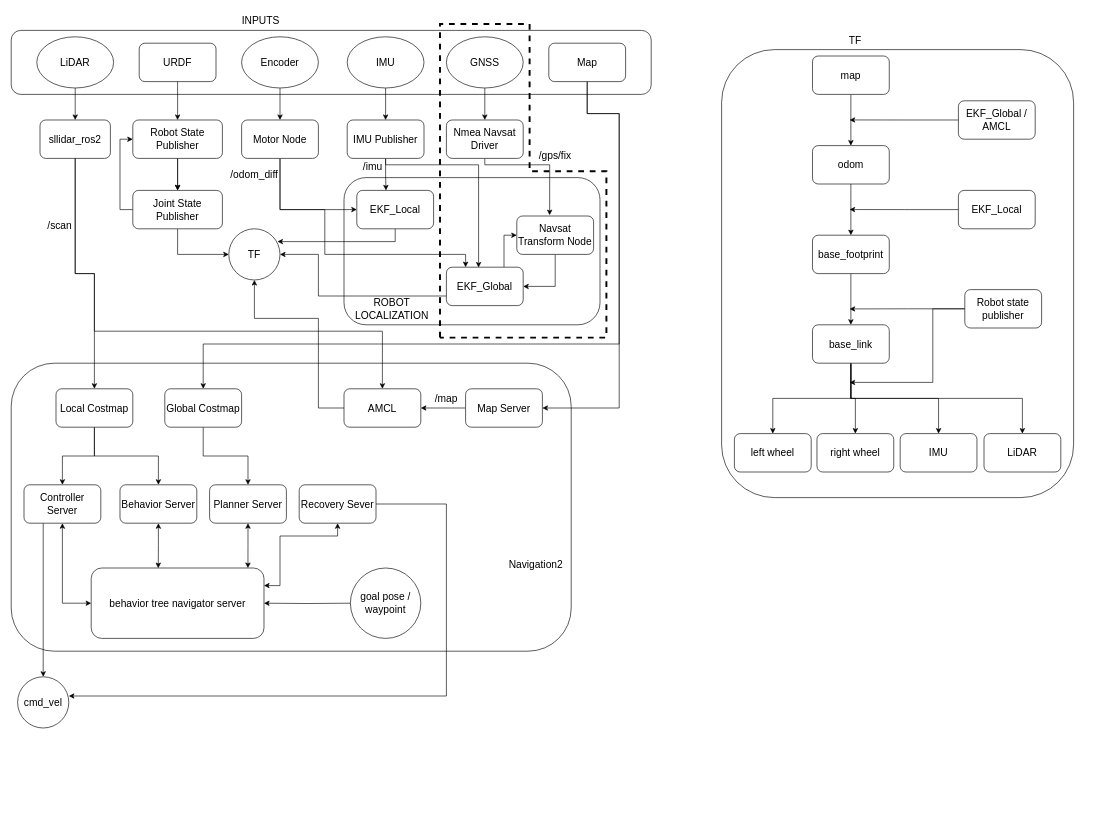
Before: navigation.drawio in adands/eddiebot_ros2-backup, a draw.io diagram. Source tidied: cells renumbered, new cells numbered last; positions are measured from the earlier drawing's top-left corner, leaving out a move shared by most shapes. Both pictures are drawn from the tidied source at 64%, with x=0, y=0 at pixel (11, 11).
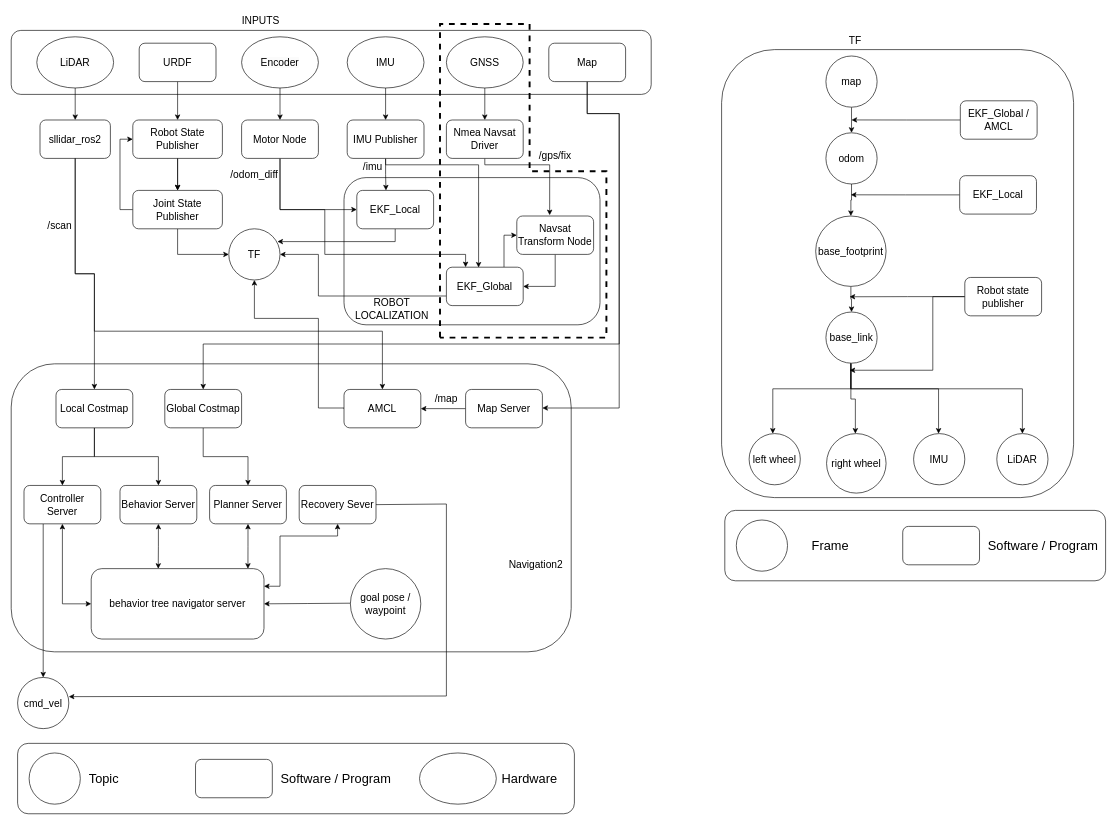
The same page after the edit.

Diff of the diagram source:
```diff
@@
     <mxCell id="35" style="rounded=1;whiteSpace=wrap;html=1;fontSize=16;" parent="1" vertex="1">
-      <mxGeometry y="550" width="875" height="450" as="geometry" />
+      <mxGeometry y="551" width="875" height="450" as="geometry" />
     </mxCell>
@@
-    <mxCell id="38" style="edgeStyle=orthogonalEdgeStyle;rounded=0;jettySize=auto;html=1;fontSize=16;fillColor=#f8cecc;strokeColor=default;strokeWidth=1;" parent="1" edge="1" source="39" target="41">
+    <mxCell id="38" style="edgeStyle=orthogonalEdgeStyle;rounded=0;jettySize=auto;html=1;fontSize=16;fillColor=#f8cecc;strokeColor=default;strokeWidth=1;exitX=0.5;exitY=1;exitDx=0;exitDy=0;entryX=0.5;entryY=0;entryDx=0;entryDy=0;" parent="1" edge="1" source="39" target="41">
       <mxGeometry relative="1" as="geometry" />
     </mxCell>
-    <mxCell id="39" value="map" style="rounded=1;whiteSpace=wrap;html=1;fontSize=16;" parent="1" vertex="1">
-      <mxGeometry x="1252" y="70" width="120" height="60" as="geometry" />
-    </mxCell>
-    <mxCell id="40" style="edgeStyle=orthogonalEdgeStyle;rounded=0;jettySize=auto;html=1;fontSize=16;" parent="1" edge="1" source="41" target="43">
+    <mxCell id="40" style="edgeStyle=orthogonalEdgeStyle;rounded=0;jettySize=auto;html=1;fontSize=16;exitX=0.5;exitY=1;exitDx=0;exitDy=0;entryX=0.5;entryY=0;entryDx=0;entryDy=0;" parent="1" edge="1" source="41" target="43">
       <mxGeometry relative="1" as="geometry" />
     </mxCell>
-    <mxCell id="41" value="odom" style="whiteSpace=wrap;html=1;rounded=1;fontSize=16;" parent="1" vertex="1">
-      <mxGeometry x="1252" y="210" width="120" height="60" as="geometry" />
-    </mxCell>
-    <mxCell id="42" style="edgeStyle=orthogonalEdgeStyle;rounded=0;jettySize=auto;html=1;fontSize=16;" parent="1" edge="1" source="43" target="48">
+    <mxCell id="42" style="edgeStyle=orthogonalEdgeStyle;rounded=0;jettySize=auto;html=1;fontSize=16;exitX=0.5;exitY=1;exitDx=0;exitDy=0;" parent="1" edge="1" source="43" target="48">
       <mxGeometry relative="1" as="geometry" />
     </mxCell>
-    <mxCell id="43" value="base_footprint" style="whiteSpace=wrap;html=1;rounded=1;fontSize=16;" parent="1" vertex="1">
-      <mxGeometry x="1252" y="350" width="120" height="60" as="geometry" />
-    </mxCell>
-    <mxCell id="44" style="edgeStyle=orthogonalEdgeStyle;rounded=0;jettySize=auto;html=1;exitX=0.5;exitY=1;exitDx=0;exitDy=0;entryX=0.5;entryY=0;entryDx=0;entryDy=0;fontSize=16;" parent="1" edge="1" source="48" target="51">
-      <mxGeometry relative="1" as="geometry" />
+    <mxCell id="44" style="edgeStyle=orthogonalEdgeStyle;rounded=0;orthogonalLoop=1;jettySize=auto;html=1;exitX=0.5;exitY=1;exitDx=0;exitDy=0;entryX=0.5;entryY=0;entryDx=0;entryDy=0;fontSize=16;" parent="1" edge="1">
+      <mxGeometry relative="1" as="geometry">
+        <mxPoint x="1312" y="550" as="sourcePoint" />
+        <mxPoint x="1319" y="660" as="targetPoint" />
+        <Array as="points">
+          <mxPoint x="1312" y="606" />
+          <mxPoint x="1319" y="606" />
+        </Array>
+      </mxGeometry>
     </mxCell>
-    <mxCell id="45" style="edgeStyle=orthogonalEdgeStyle;rounded=0;jettySize=auto;html=1;exitX=0.5;exitY=1;exitDx=0;exitDy=0;entryX=0.5;entryY=0;entryDx=0;entryDy=0;fontSize=16;" parent="1" edge="1" source="48" target="49">
-      <mxGeometry relative="1" as="geometry" />
+    <mxCell id="45" style="edgeStyle=orthogonalEdgeStyle;rounded=0;orthogonalLoop=1;jettySize=auto;html=1;exitX=0.5;exitY=1;exitDx=0;exitDy=0;entryX=0.5;entryY=0;entryDx=0;entryDy=0;fontSize=16;" parent="1" edge="1">
+      <mxGeometry relative="1" as="geometry">
+        <mxPoint x="1312" y="550" as="sourcePoint" />
+        <mxPoint x="1190" y="660" as="targetPoint" />
+        <Array as="points">
+          <mxPoint x="1312" y="590" />
+          <mxPoint x="1190" y="590" />
+        </Array>
+      </mxGeometry>
     </mxCell>
-    <mxCell id="46" style="edgeStyle=orthogonalEdgeStyle;rounded=0;jettySize=auto;html=1;exitX=0.5;exitY=1;exitDx=0;exitDy=0;entryX=0.5;entryY=0;entryDx=0;entryDy=0;fontSize=16;" parent="1" edge="1" source="48" target="50">
-      <mxGeometry relative="1" as="geometry" />
+    <mxCell id="46" style="edgeStyle=orthogonalEdgeStyle;rounded=0;orthogonalLoop=1;jettySize=auto;html=1;exitX=0.5;exitY=1;exitDx=0;exitDy=0;entryX=0.5;entryY=0;entryDx=0;entryDy=0;fontSize=16;" parent="1" edge="1">
+      <mxGeometry relative="1" as="geometry">
+        <mxPoint x="1312" y="550" as="sourcePoint" />
+        <mxPoint x="1449" y="660" as="targetPoint" />
+        <Array as="points">
+          <mxPoint x="1312" y="590" />
+          <mxPoint x="1449" y="590" />
+        </Array>
+      </mxGeometry>
     </mxCell>
-    <mxCell id="47" style="edgeStyle=orthogonalEdgeStyle;rounded=0;jettySize=auto;html=1;exitX=0.5;exitY=1;exitDx=0;exitDy=0;entryX=0.5;entryY=0;entryDx=0;entryDy=0;fontSize=16;" parent="1" edge="1" source="48" target="52">
-      <mxGeometry relative="1" as="geometry" />
+    <mxCell id="47" style="edgeStyle=orthogonalEdgeStyle;rounded=0;orthogonalLoop=1;jettySize=auto;html=1;exitX=0.5;exitY=1;exitDx=0;exitDy=0;entryX=0.5;entryY=0;entryDx=0;entryDy=0;fontSize=16;" parent="1" edge="1">
+      <mxGeometry relative="1" as="geometry">
+        <mxPoint x="1312" y="550" as="sourcePoint" />
+        <mxPoint x="1580" y="660" as="targetPoint" />
+        <Array as="points">
+          <mxPoint x="1312" y="590" />
+          <mxPoint x="1580" y="590" />
+        </Array>
+      </mxGeometry>
     </mxCell>
-    <mxCell id="48" value="base_link" style="whiteSpace=wrap;html=1;rounded=1;fontSize=16;" parent="1" vertex="1">
-      <mxGeometry x="1252" y="490" width="120" height="60" as="geometry" />
-    </mxCell>
-    <mxCell id="49" value="left wheel" style="whiteSpace=wrap;html=1;rounded=1;fontSize=16;" parent="1" vertex="1">
-      <mxGeometry x="1130" y="660" width="120" height="60" as="geometry" />
-    </mxCell>
-    <mxCell id="50" value="IMU" style="whiteSpace=wrap;html=1;rounded=1;fontSize=16;" parent="1" vertex="1">
-      <mxGeometry x="1389" y="660" width="120" height="60" as="geometry" />
-    </mxCell>
-    <mxCell id="51" value="right wheel" style="whiteSpace=wrap;html=1;rounded=1;fontSize=16;" parent="1" vertex="1">
-      <mxGeometry x="1259" y="660" width="120" height="60" as="geometry" />
-    </mxCell>
-    <mxCell id="52" value="LiDAR" style="whiteSpace=wrap;html=1;rounded=1;fontSize=16;" parent="1" vertex="1">
-      <mxGeometry x="1520" y="660" width="120" height="60" as="geometry" />
-    </mxCell>
@@
     <mxCell id="54" value="Global Costmap" style="rounded=1;whiteSpace=wrap;html=1;fontSize=16;" parent="1" vertex="1">
-      <mxGeometry x="240" y="590" width="120" height="60" as="geometry" />
+      <mxGeometry x="240" y="591" width="120" height="60" as="geometry" />
     </mxCell>
@@
     <mxCell id="57" value="Local Costmap" style="rounded=1;whiteSpace=wrap;html=1;fontSize=16;" parent="1" vertex="1">
-      <mxGeometry x="70" y="590" width="120" height="60" as="geometry" />
+      <mxGeometry x="70" y="591" width="120" height="60" as="geometry" />
     </mxCell>
@@
     <mxCell id="64" value="Recovery Sever" style="rounded=1;whiteSpace=wrap;html=1;fontSize=16;" parent="1" vertex="1">
-      <mxGeometry x="450" y="740" width="120" height="60" as="geometry" />
+      <mxGeometry x="450" y="741" width="120" height="60" as="geometry" />
     </mxCell>
@@
     <mxCell id="66" value="Planner S&lt;span style=&quot;background-color: transparent; color: light-dark(rgb(0, 0, 0), rgb(255, 255, 255));&quot;&gt;erver&lt;/span&gt;" style="rounded=1;whiteSpace=wrap;html=1;fontSize=16;" parent="1" vertex="1">
-      <mxGeometry x="310" y="740" width="120" height="60" as="geometry" />
+      <mxGeometry x="310" y="741" width="120" height="60" as="geometry" />
     </mxCell>
@@
     <mxCell id="68" value="Behavior Server" style="rounded=1;whiteSpace=wrap;html=1;fontSize=16;" parent="1" vertex="1">
-      <mxGeometry x="170" y="740" width="120" height="60" as="geometry" />
+      <mxGeometry x="170" y="741" width="120" height="60" as="geometry" />
     </mxCell>
@@
     <mxCell id="71" value="Controller Server" style="rounded=1;whiteSpace=wrap;html=1;fontSize=16;" parent="1" vertex="1">
-      <mxGeometry x="20" y="740" width="120" height="60" as="geometry" />
+      <mxGeometry x="20" y="741" width="120" height="60" as="geometry" />
     </mxCell>
     <mxCell id="72" value="behavior tree navigator server" style="rounded=1;whiteSpace=wrap;html=1;fontSize=16;" parent="1" vertex="1">
-      <mxGeometry x="125" y="870" width="270" height="110" as="geometry" />
+      <mxGeometry x="125" y="871" width="270" height="110" as="geometry" />
     </mxCell>
@@
     <mxCell id="74" value="AMCL" style="rounded=1;whiteSpace=wrap;html=1;fontSize=16;" parent="1" vertex="1">
-      <mxGeometry x="520" y="590" width="120" height="60" as="geometry" />
+      <mxGeometry x="520" y="591" width="120" height="60" as="geometry" />
     </mxCell>
@@
     <mxCell id="77" style="edgeStyle=orthogonalEdgeStyle;rounded=0;jettySize=auto;html=1;exitX=0;exitY=0.5;exitDx=0;exitDy=0;" parent="1" edge="1" source="78">
       <mxGeometry relative="1" as="geometry">
-        <mxPoint x="1310" y="169.9" as="targetPoint" />
+        <mxPoint x="1313" y="169.9" as="targetPoint" />
       </mxGeometry>
     </mxCell>
     <mxCell id="78" value="EKF_Global /&lt;div&gt;AMCL&lt;/div&gt;" style="rounded=1;whiteSpace=wrap;html=1;fontSize=16;" parent="1" vertex="1">
-      <mxGeometry x="1480" y="140" width="120" height="60" as="geometry" />
+      <mxGeometry x="1483" y="140" width="120" height="60" as="geometry" />
     </mxCell>
     <mxCell id="79" style="edgeStyle=orthogonalEdgeStyle;rounded=0;jettySize=auto;html=1;exitX=0;exitY=0.5;exitDx=0;exitDy=0;" parent="1" edge="1" source="80">
       <mxGeometry relative="1" as="geometry">
-        <mxPoint x="1310" y="309.9" as="targetPoint" />
+        <mxPoint x="1312" y="286.9" as="targetPoint" />
       </mxGeometry>
     </mxCell>
     <mxCell id="80" value="EKF_Local" style="rounded=1;whiteSpace=wrap;html=1;fontSize=16;" parent="1" vertex="1">
-      <mxGeometry x="1480" y="280" width="120" height="60" as="geometry" />
+      <mxGeometry x="1482" y="257" width="120" height="60" as="geometry" />
     </mxCell>
     <mxCell id="81" style="edgeStyle=orthogonalEdgeStyle;rounded=0;jettySize=auto;html=1;exitX=0;exitY=0.5;exitDx=0;exitDy=0;" parent="1" edge="1" source="83">
       <mxGeometry relative="1" as="geometry">
-        <mxPoint x="1310" y="465.2" as="targetPoint" />
+        <mxPoint x="1310" y="446.2" as="targetPoint" />
       </mxGeometry>
     </mxCell>
     <mxCell id="82" style="edgeStyle=orthogonalEdgeStyle;rounded=0;jettySize=auto;html=1;exitX=0;exitY=0.5;exitDx=0;exitDy=0;" parent="1" edge="1" source="83">
       <mxGeometry relative="1" as="geometry">
-        <mxPoint x="1310" y="580" as="targetPoint" />
+        <mxPoint x="1310" y="561" as="targetPoint" />
         <Array as="points">
-          <mxPoint x="1440" y="465" />
-          <mxPoint x="1440" y="580" />
+          <mxPoint x="1440" y="446" />
+          <mxPoint x="1440" y="561" />
         </Array>
       </mxGeometry>
     </mxCell>
     <mxCell id="83" value="Robot state publisher" style="rounded=1;whiteSpace=wrap;html=1;fontSize=16;" parent="1" vertex="1">
-      <mxGeometry x="1490" y="435" width="120" height="60" as="geometry" />
+      <mxGeometry x="1490" y="416" width="120" height="60" as="geometry" />
     </mxCell>
@@
     <mxCell id="90" value="&lt;span style=&quot;font-size: 16px;&quot;&gt;cmd_vel&lt;/span&gt;" style="ellipse;whiteSpace=wrap;html=1;" parent="1" vertex="1">
-      <mxGeometry x="10" y="1040" width="80" height="80" as="geometry" />
+      <mxGeometry x="10" y="1041" width="80" height="80" as="geometry" />
     </mxCell>
@@
     <mxCell id="97" value="&lt;font style=&quot;font-size: 16px;&quot;&gt;Map Server&lt;/font&gt;" style="rounded=1;whiteSpace=wrap;html=1;" parent="1" vertex="1">
-      <mxGeometry x="710" y="590" width="120" height="60" as="geometry" />
+      <mxGeometry x="710" y="591" width="120" height="60" as="geometry" />
     </mxCell>
@@
     <mxCell id="99" value="&lt;span style=&quot;font-size: 16px;&quot;&gt;goal pose /&lt;/span&gt;&lt;div style=&quot;font-size: 16px;&quot;&gt;waypoint&lt;/div&gt;" style="ellipse;whiteSpace=wrap;html=1;" parent="1" vertex="1">
-      <mxGeometry x="530" y="870" width="110" height="110" as="geometry" />
+      <mxGeometry x="530" y="871" width="110" height="110" as="geometry" />
     </mxCell>
+    <mxCell id="100" style="rounded=1;whiteSpace=wrap;html=1;" parent="1" vertex="1">
+      <mxGeometry x="10" y="1144" width="870" height="110" as="geometry" />
+    </mxCell>
+    <mxCell id="101" style="ellipse;whiteSpace=wrap;html=1;rounded=1;fontSize=16;" parent="1" vertex="1">
+      <mxGeometry x="28" y="1159" width="80" height="80" as="geometry" />
+    </mxCell>
+    <mxCell id="102" value="&lt;span style=&quot;font-size: 20px;&quot;&gt;Topic&lt;/span&gt;" style="text;html=1;align=center;verticalAlign=middle;whiteSpace=wrap;rounded=0;fontSize=16;" parent="1" vertex="1">
+      <mxGeometry x="90" y="1184" width="110" height="30" as="geometry" />
+    </mxCell>
+    <mxCell id="103" style="rounded=1;whiteSpace=wrap;html=1;fontSize=16;" parent="1" vertex="1">
+      <mxGeometry x="288" y="1169" width="120" height="60" as="geometry" />
+    </mxCell>
+    <mxCell id="104" value="&lt;font style=&quot;font-size: 20px;&quot;&gt;Software / Program&lt;/font&gt;" style="text;html=1;align=center;verticalAlign=middle;whiteSpace=wrap;rounded=0;fontSize=16;" parent="1" vertex="1">
+      <mxGeometry x="420" y="1184" width="175" height="30" as="geometry" />
+    </mxCell>
+    <mxCell id="105" style="ellipse;whiteSpace=wrap;html=1;" parent="1" vertex="1">
+      <mxGeometry x="638" y="1159" width="120" height="80" as="geometry" />
+    </mxCell>
+    <mxCell id="106" value="&lt;span style=&quot;font-size: 20px;&quot;&gt;Hardware&lt;/span&gt;" style="text;html=1;align=center;verticalAlign=middle;whiteSpace=wrap;rounded=0;fontSize=16;" parent="1" vertex="1">
+      <mxGeometry x="765" y="1184" width="90" height="30" as="geometry" />
+    </mxCell>
+    <mxCell id="107" style="rounded=1;whiteSpace=wrap;html=1;" parent="1" vertex="1">
+      <mxGeometry x="1115" y="780" width="595" height="110" as="geometry" />
+    </mxCell>
+    <mxCell id="108" style="ellipse;whiteSpace=wrap;html=1;rounded=1;fontSize=16;" parent="1" vertex="1">
+      <mxGeometry x="1133" y="795" width="80" height="80" as="geometry" />
+    </mxCell>
+    <mxCell id="109" value="&lt;span style=&quot;font-size: 20px;&quot;&gt;Frame&lt;/span&gt;" style="text;html=1;align=center;verticalAlign=middle;whiteSpace=wrap;rounded=0;fontSize=16;" parent="1" vertex="1">
+      <mxGeometry x="1225" y="820" width="110" height="30" as="geometry" />
+    </mxCell>
+    <mxCell id="110" style="rounded=1;whiteSpace=wrap;html=1;fontSize=16;" parent="1" vertex="1">
+      <mxGeometry x="1393" y="805" width="120" height="60" as="geometry" />
+    </mxCell>
+    <mxCell id="111" value="&lt;font style=&quot;font-size: 20px;&quot;&gt;Software / Program&lt;/font&gt;" style="text;html=1;align=center;verticalAlign=middle;whiteSpace=wrap;rounded=0;fontSize=16;" parent="1" vertex="1">
+      <mxGeometry x="1525" y="820" width="175" height="30" as="geometry" />
+    </mxCell>
+    <mxCell id="39" value="map" style="ellipse;whiteSpace=wrap;html=1;rounded=1;fontSize=16;" parent="1" vertex="1">
+      <mxGeometry x="1273" y="70" width="80" height="80" as="geometry" />
+    </mxCell>
+    <mxCell id="50" value="IMU" style="ellipse;whiteSpace=wrap;html=1;rounded=1;fontSize=16;" parent="1" vertex="1">
+      <mxGeometry x="1410" y="660" width="80" height="80" as="geometry" />
+    </mxCell>
+    <mxCell id="51" value="right wheel" style="ellipse;whiteSpace=wrap;html=1;rounded=1;fontSize=16;" parent="1" vertex="1">
+      <mxGeometry x="1274" y="660" width="93" height="93" as="geometry" />
+    </mxCell>
+    <mxCell id="49" value="left wheel" style="ellipse;whiteSpace=wrap;html=1;rounded=1;fontSize=16;" parent="1" vertex="1">
+      <mxGeometry x="1153" y="660" width="80" height="80" as="geometry" />
+    </mxCell>
+    <mxCell id="48" value="base_link" style="ellipse;whiteSpace=wrap;html=1;rounded=1;fontSize=16;" parent="1" vertex="1">
+      <mxGeometry x="1273" y="470" width="80" height="80" as="geometry" />
+    </mxCell>
+    <mxCell id="43" value="base_footprint" style="ellipse;whiteSpace=wrap;html=1;rounded=1;fontSize=16;" parent="1" vertex="1">
+      <mxGeometry x="1257" y="320" width="110" height="110" as="geometry" />
+    </mxCell>
+    <mxCell id="41" value="odom" style="ellipse;whiteSpace=wrap;html=1;rounded=1;fontSize=16;" parent="1" vertex="1">
+      <mxGeometry x="1273" y="190" width="80" height="80" as="geometry" />
+    </mxCell>
+    <mxCell id="52" value="LiDAR" style="ellipse;whiteSpace=wrap;html=1;rounded=1;fontSize=16;" parent="1" vertex="1">
+      <mxGeometry x="1540" y="660" width="80" height="80" as="geometry" />
+    </mxCell>
```
